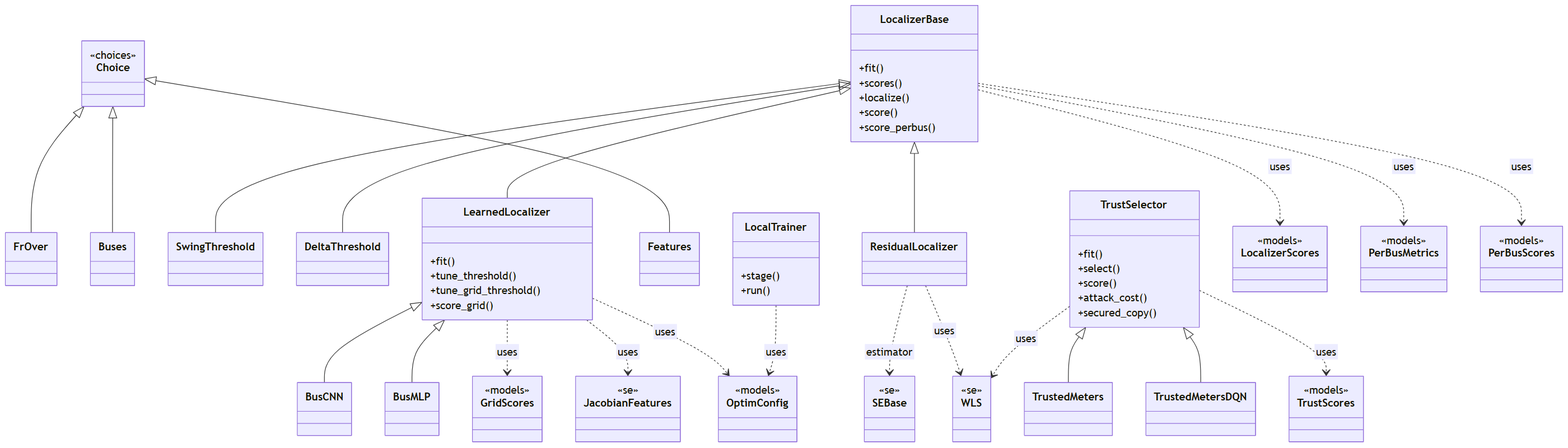
The Mermaid diagram docs/figures/diagrams/classes_localization_trust.png in myersben9/fdia-graph, before a commit. Its source is kept beside it as docs/figures/diagrams/classes_localization_trust.mmd. Source of this version:
```mermaid
classDiagram
    class FrOver {
    }
    class Buses {
    }
    class LocalizerBase {
        +fit()
        +scores()
        +localize()
        +score()
        +score_perbus()
    }
    class SwingThreshold {
    }
    class DeltaThreshold {
    }
    class ResidualLocalizer {
    }
    class Features {
    }
    class LearnedLocalizer {
        +fit()
        +tune_threshold()
        +tune_grid_threshold()
        +score_grid()
    }
    class LocalTrainer {
        +stage()
        +run()
    }
    class BusCNN {
    }
    class BusMLP {
    }
    class TrustSelector {
        +fit()
        +select()
        +score()
        +attack_cost()
        +secured_copy()
    }
    class TrustedMeters {
    }
    class TrustedMetersDQN {
    }
    class Choice {
        <<choices>>
    }
    class GridScores {
        <<models>>
    }
    class JacobianFeatures {
        <<se>>
    }
    class LocalizerScores {
        <<models>>
    }
    class OptimConfig {
        <<models>>
    }
    class PerBusMetrics {
        <<models>>
    }
    class PerBusScores {
        <<models>>
    }
    class SEBase {
        <<se>>
    }
    class TrustScores {
        <<models>>
    }
    class WLS {
        <<se>>
    }
    Choice <|-- Buses
    Choice <|-- Features
    Choice <|-- FrOver
    LearnedLocalizer <|-- BusCNN
    LearnedLocalizer <|-- BusMLP
    LocalizerBase <|-- DeltaThreshold
    LocalizerBase <|-- LearnedLocalizer
    LocalizerBase <|-- ResidualLocalizer
    LocalizerBase <|-- SwingThreshold
    TrustSelector <|-- TrustedMeters
    TrustSelector <|-- TrustedMetersDQN
    LearnedLocalizer ..> GridScores : uses
    LearnedLocalizer ..> JacobianFeatures : uses
    LearnedLocalizer ..> OptimConfig : uses
    LocalTrainer ..> OptimConfig : uses
    LocalizerBase ..> LocalizerScores : uses
    LocalizerBase ..> PerBusMetrics : uses
    LocalizerBase ..> PerBusScores : uses
    ResidualLocalizer ..> SEBase : estimator
    ResidualLocalizer ..> WLS : uses
    TrustSelector ..> TrustScores : uses
    TrustSelector ..> WLS : uses
```
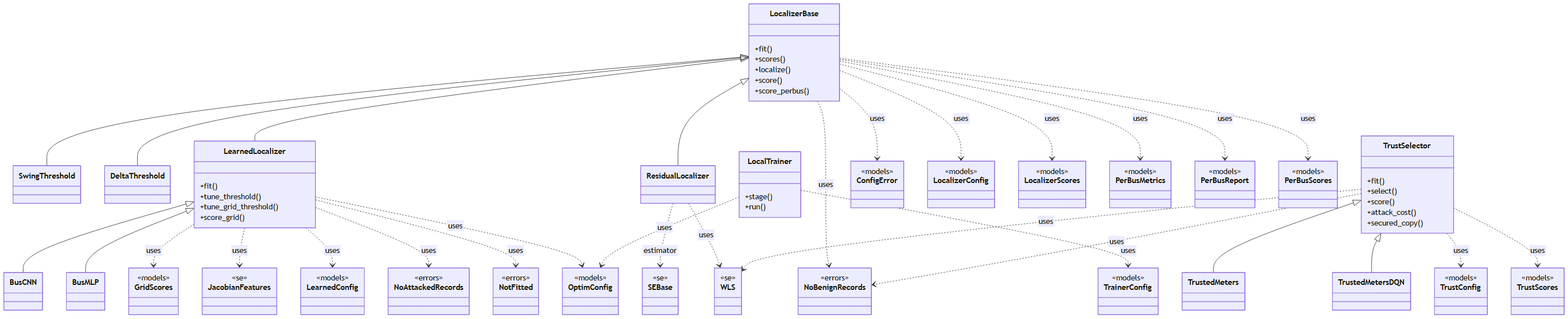
After the change.

Change to the diagram source:
```diff
@@ -1,8 +1,4 @@
 classDiagram
-    class FrOver {
-    }
-    class Buses {
-    }
     class LocalizerBase {
         +fit()
         +scores()
@@ -15,8 +11,6 @@
     class DeltaThreshold {
     }
     class ResidualLocalizer {
-    }
-    class Features {
     }
     class LearnedLocalizer {
         +fit()
@@ -43,8 +37,8 @@
     }
     class TrustedMetersDQN {
     }
-    class Choice {
-        <<choices>>
+    class ConfigError {
+        <<models>>
     }
     class GridScores {
         <<models>>
@@ -52,13 +46,31 @@
     class JacobianFeatures {
         <<se>>
     }
+    class LearnedConfig {
+        <<models>>
+    }
+    class LocalizerConfig {
+        <<models>>
+    }
     class LocalizerScores {
         <<models>>
+    }
+    class NoAttackedRecords {
+        <<errors>>
+    }
+    class NoBenignRecords {
+        <<errors>>
+    }
+    class NotFitted {
+        <<errors>>
     }
     class OptimConfig {
         <<models>>
     }
     class PerBusMetrics {
+        <<models>>
+    }
+    class PerBusReport {
         <<models>>
     }
     class PerBusScores {
@@ -67,15 +79,18 @@
     class SEBase {
         <<se>>
     }
+    class TrainerConfig {
+        <<models>>
+    }
+    class TrustConfig {
+        <<models>>
+    }
     class TrustScores {
         <<models>>
     }
     class WLS {
         <<se>>
     }
-    Choice <|-- Buses
-    Choice <|-- Features
-    Choice <|-- FrOver
     LearnedLocalizer <|-- BusCNN
     LearnedLocalizer <|-- BusMLP
     LocalizerBase <|-- DeltaThreshold
@@ -86,12 +101,22 @@
     TrustSelector <|-- TrustedMetersDQN
     LearnedLocalizer ..> GridScores : uses
     LearnedLocalizer ..> JacobianFeatures : uses
+    LearnedLocalizer ..> LearnedConfig : uses
+    LearnedLocalizer ..> NoAttackedRecords : uses
+    LearnedLocalizer ..> NotFitted : uses
     LearnedLocalizer ..> OptimConfig : uses
     LocalTrainer ..> OptimConfig : uses
+    LocalTrainer ..> TrainerConfig : uses
+    LocalizerBase ..> ConfigError : uses
+    LocalizerBase ..> LocalizerConfig : uses
     LocalizerBase ..> LocalizerScores : uses
+    LocalizerBase ..> NoBenignRecords : uses
     LocalizerBase ..> PerBusMetrics : uses
+    LocalizerBase ..> PerBusReport : uses
     LocalizerBase ..> PerBusScores : uses
     ResidualLocalizer ..> SEBase : estimator
     ResidualLocalizer ..> WLS : uses
+    TrustSelector ..> NoBenignRecords : uses
+    TrustSelector ..> TrustConfig : uses
     TrustSelector ..> TrustScores : uses
     TrustSelector ..> WLS : uses
```
